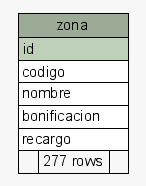
Earlier version of the Graphviz export postgresql/schemaSpy/salida/diagrams/summary/zona.1degree.png (diegopablomansilla/massoftware_front). Its source is kept beside it as postgresql/schemaSpy/salida/diagrams/summary/zona.1degree.dot.
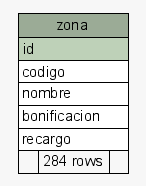
The same file after the commit.

What changed in the source:
```diff
@@ -24,7 +24,7 @@
       <TR><TD PORT="nombre" COLSPAN="3" ALIGN="LEFT">nombre</TD></TR>
       <TR><TD PORT="bonificacion" COLSPAN="3" ALIGN="LEFT">bonificacion</TD></TR>
       <TR><TD PORT="recargo" COLSPAN="3" ALIGN="LEFT">recargo</TD></TR>
-      <TR><TD ALIGN="LEFT" BGCOLOR="#f7f7f7">  </TD><TD ALIGN="RIGHT" BGCOLOR="#f7f7f7">277 rows</TD><TD ALIGN="RIGHT" BGCOLOR="#f7f7f7">  </TD></TR>
+      <TR><TD ALIGN="LEFT" BGCOLOR="#f7f7f7">  </TD><TD ALIGN="RIGHT" BGCOLOR="#f7f7f7">284 rows</TD><TD ALIGN="RIGHT" BGCOLOR="#f7f7f7">  </TD></TR>
     </TABLE>>
     URL="tables/zona.html"
     tooltip="zona"
```
